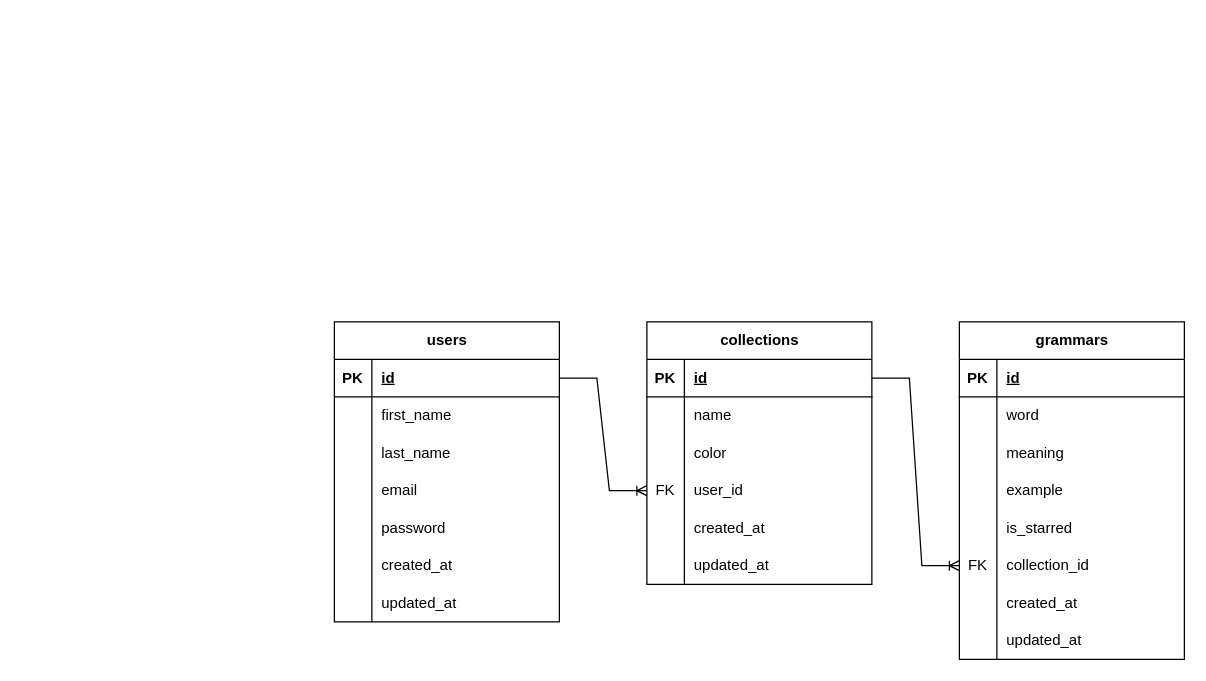
This is lobos.drawio from tudemaha/lobos-app, a draw.io file, before an edit. Source tidied: cells renumbered, new cells numbered last; positions are measured from the earlier drawing's top-left corner, leaving out a move shared by most shapes. Both pictures are drawn from the tidied source at 125%, with x=0, y=0 at pixel (334, 321).
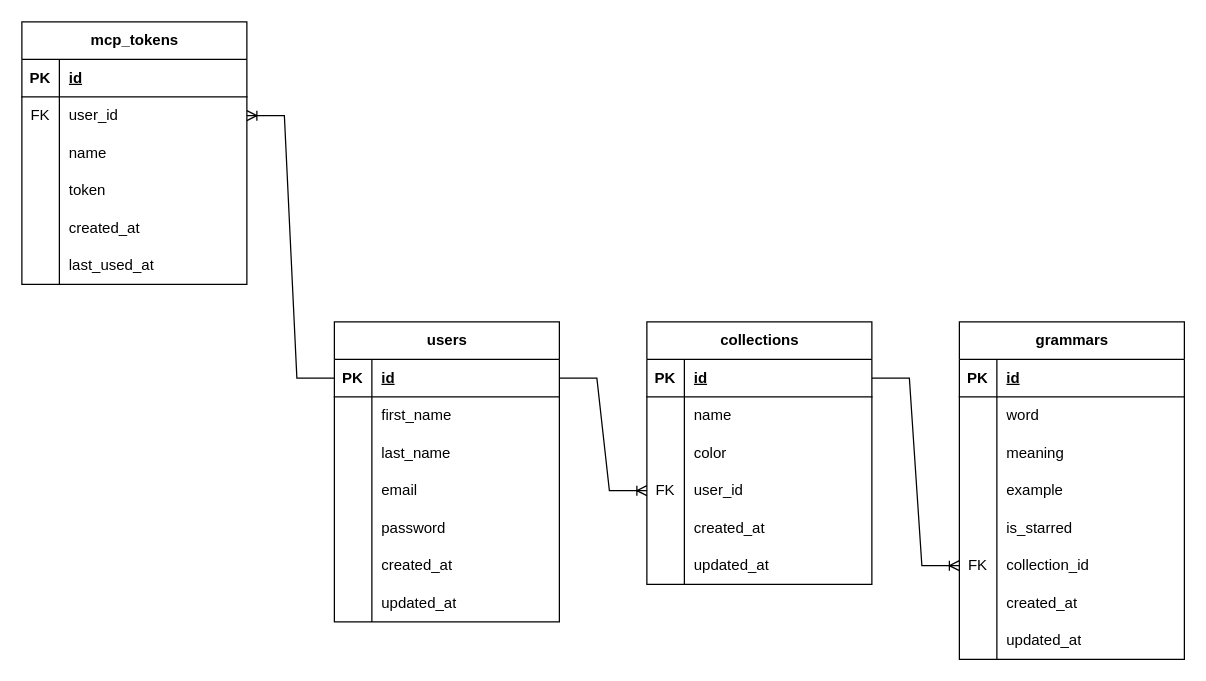
Above is the later version.

Commit message:
docs(erd): add mcp_tokens table to ERD diagram

- Add mcp_tokens table with all columns: id (PK), user_id (FK), name, token, created_at, last_used_at
- Add ERoneToMany relationship edge from users.id to mcp_tokens.user_id
- Position mcp_tokens above users table

The change refers to these unchanged cells:
```xml
<mxCell id="3" style="shape=tableRow;horizontal=0;startSize=0;swimlaneHead=0;swimlaneBody=0;fillColor=none;points=[[0,0.5],[1,0.5]];portConstraint=eastwest;top=0;left=0;right=0;bottom=1;" parent="2" vertex="1">
  <mxGeometry y="30" width="180" height="30" as="geometry" />
</mxCell>
```

Change to the diagram source:
```diff
@@
+    <mxCell id="70" value="mcp_tokens" style="shape=table;startSize=30;childLayout=tableLayout;rowLines=0;fontStyle=1;align=center;html=1;" parent="1" vertex="1">
+      <mxGeometry x="-250" y="-240" width="180" height="210" as="geometry" />
+    </mxCell>
+    <mxCell id="71" style="shape=tableRow;horizontal=0;startSize=0;swimlaneHead=0;swimlaneBody=0;fillColor=none;top=0;left=0;right=0;bottom=1;" parent="70" vertex="1">
+      <mxGeometry y="30" width="180" height="30" as="geometry" />
+    </mxCell>
+    <mxCell id="72" value="PK" style="shape=partialRectangle;fillColor=none;top=0;left=0;bottom=0;right=0;fontStyle=1;overflow=hidden;whiteSpace=wrap;html=1;" parent="71" vertex="1">
+      <mxGeometry width="30" height="30" as="geometry" />
+    </mxCell>
+    <mxCell id="73" value="id" style="shape=partialRectangle;fillColor=none;top=0;left=0;bottom=0;right=0;align=left;spacingLeft=6;fontStyle=5;overflow=hidden;whiteSpace=wrap;html=1;" parent="71" vertex="1">
+      <mxGeometry x="30" width="150" height="30" as="geometry" />
+    </mxCell>
+    <mxCell id="74" style="shape=tableRow;horizontal=0;startSize=0;swimlaneHead=0;swimlaneBody=0;fillColor=none;points=[[0,0.5],[1,0.5]];portConstraint=eastwest;top=0;left=0;right=0;bottom=0;" parent="70" vertex="1">
+      <mxGeometry y="60" width="180" height="30" as="geometry" />
+    </mxCell>
+    <mxCell id="75" value="FK" style="shape=partialRectangle;fillColor=none;top=0;left=0;bottom=0;right=0;overflow=hidden;whiteSpace=wrap;html=1;" parent="74" vertex="1">
+      <mxGeometry width="30" height="30" as="geometry" />
+    </mxCell>
+    <mxCell id="76" value="user_id" style="shape=partialRectangle;fillColor=none;top=0;left=0;bottom=0;right=0;align=left;spacingLeft=6;overflow=hidden;whiteSpace=wrap;html=1;" parent="74" vertex="1">
+      <mxGeometry x="30" width="150" height="30" as="geometry" />
+    </mxCell>
+    <mxCell id="77" style="shape=tableRow;horizontal=0;startSize=0;swimlaneHead=0;swimlaneBody=0;fillColor=none;top=0;left=0;right=0;bottom=0;" parent="70" vertex="1">
+      <mxGeometry y="90" width="180" height="30" as="geometry" />
+    </mxCell>
+    <mxCell id="78" style="shape=partialRectangle;fillColor=none;top=0;left=0;bottom=0;right=0;overflow=hidden;whiteSpace=wrap;html=1;" parent="77" vertex="1">
+      <mxGeometry width="30" height="30" as="geometry" />
+    </mxCell>
+    <mxCell id="79" value="name" style="shape=partialRectangle;fillColor=none;top=0;left=0;bottom=0;right=0;align=left;spacingLeft=6;overflow=hidden;whiteSpace=wrap;html=1;" parent="77" vertex="1">
+      <mxGeometry x="30" width="150" height="30" as="geometry" />
+    </mxCell>
+    <mxCell id="80" style="shape=tableRow;horizontal=0;startSize=0;swimlaneHead=0;swimlaneBody=0;fillColor=none;top=0;left=0;right=0;bottom=0;" parent="70" vertex="1">
+      <mxGeometry y="120" width="180" height="30" as="geometry" />
+    </mxCell>
+    <mxCell id="81" style="shape=partialRectangle;fillColor=none;top=0;left=0;bottom=0;right=0;overflow=hidden;whiteSpace=wrap;html=1;" parent="80" vertex="1">
+      <mxGeometry width="30" height="30" as="geometry" />
+    </mxCell>
+    <mxCell id="82" value="token" style="shape=partialRectangle;fillColor=none;top=0;left=0;bottom=0;right=0;align=left;spacingLeft=6;overflow=hidden;whiteSpace=wrap;html=1;" parent="80" vertex="1">
+      <mxGeometry x="30" width="150" height="30" as="geometry" />
+    </mxCell>
+    <mxCell id="83" style="shape=tableRow;horizontal=0;startSize=0;swimlaneHead=0;swimlaneBody=0;fillColor=none;top=0;left=0;right=0;bottom=0;" parent="70" vertex="1">
+      <mxGeometry y="150" width="180" height="30" as="geometry" />
+    </mxCell>
+    <mxCell id="84" style="shape=partialRectangle;fillColor=none;top=0;left=0;bottom=0;right=0;overflow=hidden;whiteSpace=wrap;html=1;" parent="83" vertex="1">
+      <mxGeometry width="30" height="30" as="geometry" />
+    </mxCell>
+    <mxCell id="85" value="created_at" style="shape=partialRectangle;fillColor=none;top=0;left=0;bottom=0;right=0;align=left;spacingLeft=6;overflow=hidden;whiteSpace=wrap;html=1;" parent="83" vertex="1">
+      <mxGeometry x="30" width="150" height="30" as="geometry" />
+    </mxCell>
+    <mxCell id="86" style="shape=tableRow;horizontal=0;startSize=0;swimlaneHead=0;swimlaneBody=0;fillColor=none;top=0;left=0;right=0;bottom=0;" parent="70" vertex="1">
+      <mxGeometry y="180" width="180" height="30" as="geometry" />
+    </mxCell>
+    <mxCell id="87" style="shape=partialRectangle;fillColor=none;top=0;left=0;bottom=0;right=0;overflow=hidden;whiteSpace=wrap;html=1;" parent="86" vertex="1">
+      <mxGeometry width="30" height="30" as="geometry" />
+    </mxCell>
+    <mxCell id="88" value="last_used_at" style="shape=partialRectangle;fillColor=none;top=0;left=0;bottom=0;right=0;align=left;spacingLeft=6;overflow=hidden;whiteSpace=wrap;html=1;" parent="86" vertex="1">
+      <mxGeometry x="30" width="150" height="30" as="geometry" />
+    </mxCell>
+    <mxCell id="89" style="edgeStyle=entityRelationEdgeStyle;fontSize=12;html=1;endArrow=ERoneToMany;rounded=0;exitX=0;exitY=0.5;exitDx=0;exitDy=0;entryX=1;entryY=0.5;entryDx=0;entryDy=0;" parent="1" edge="1" source="3" target="74">
+      <mxGeometry relative="1" as="geometry" />
+    </mxCell>
```
